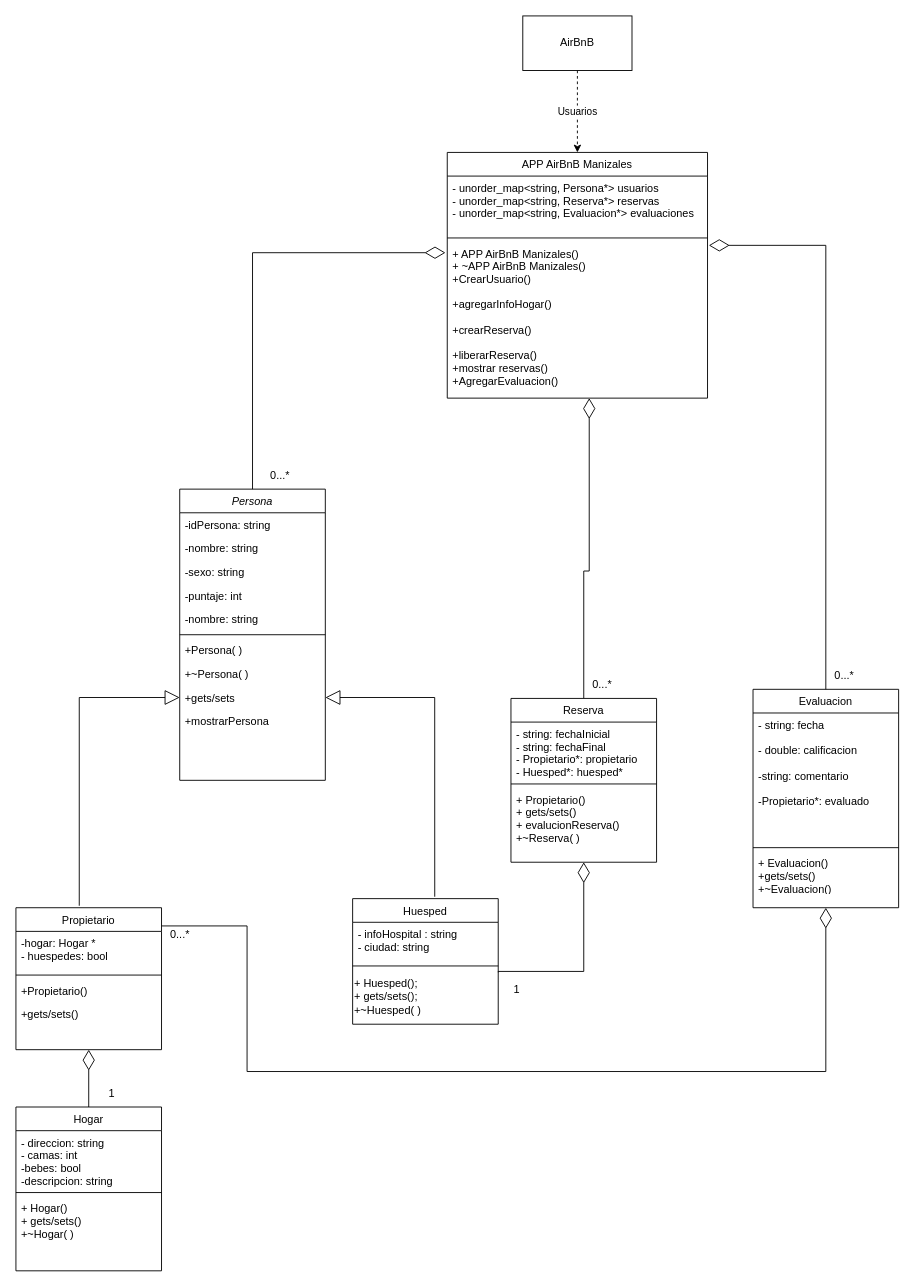
Sebastian-Dow/Caso-Huespedes keeps this draw.io diagram as Diagrama sin título.drawio. Above is the earlier version. Source tidied: cells renumbered, new cells numbered last; positions are measured from the earlier drawing's top-left corner, leaving out a move shared by most shapes. Both pictures are drawn from the tidied source at 91%, with x=0, y=0 at pixel (15, 15).
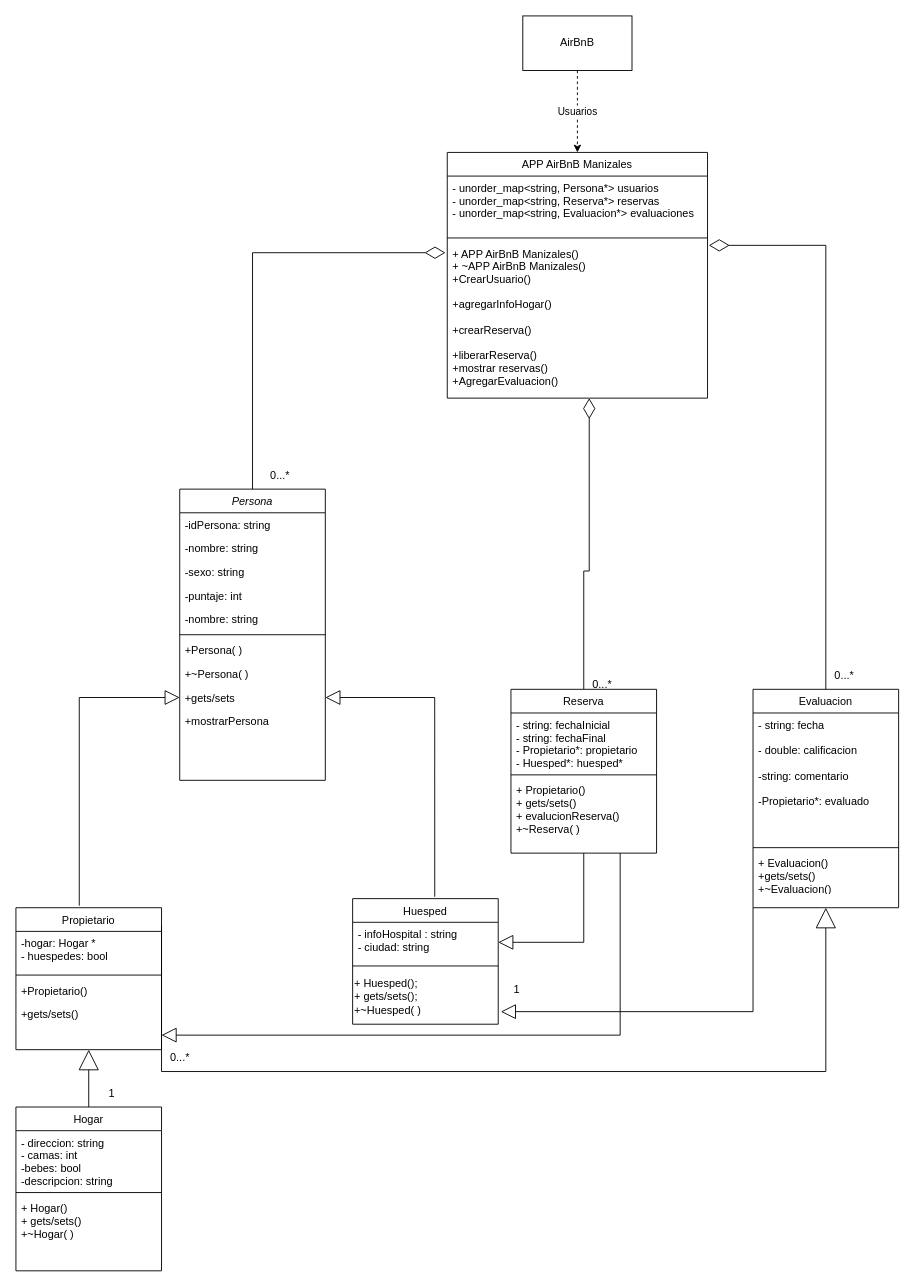
After the change.

Unchanged cells that the change refers to:
```xml
<mxCell id="14" value="Propietario" style="swimlane;fontStyle=0;align=center;verticalAlign=top;horizontal=1;startSize=26;rounded=0;shadow=0;strokeWidth=1;" parent="1" vertex="1">
  <mxGeometry y="980" width="160" height="156" as="geometry" />
</mxCell>
<mxCell id="21" value="- infoHospital : string&#10;- ciudad: string" style="text;align=left;verticalAlign=top;spacingLeft=4;spacingRight=4;overflow=hidden;points=[[0,0.5],[1,0.5]];portConstraint=eastwest;" parent="20" vertex="1">
  <mxGeometry y="26" width="160" height="44" as="geometry" />
</mxCell>
<mxCell id="23" value="+ Huesped();&lt;br&gt;+ gets/sets();&lt;br&gt;+~Huesped( )" style="text;html=1;align=left;verticalAlign=middle;points=[];strokeColor=none;fillColor=none;" parent="20" vertex="1">
  <mxGeometry y="78" width="160" height="60" as="geometry" />
</mxCell>
<mxCell id="29" value="Evaluacion" style="swimlane;fontStyle=0;align=center;verticalAlign=top;horizontal=1;startSize=26;rounded=0;shadow=0;strokeWidth=1;" parent="1" vertex="1">
  <mxGeometry x="810" y="740" width="160" height="240" as="geometry" />
</mxCell>
<mxCell id="33" value="Hogar" style="swimlane;fontStyle=0;align=center;verticalAlign=top;horizontal=1;startSize=26;rounded=0;shadow=0;strokeWidth=1;" parent="1" vertex="1">
  <mxGeometry y="1199" width="160" height="180" as="geometry" />
</mxCell>
```

Diff of the diagram source:
```diff
@@
+    <mxCell id="54" style="edgeStyle=orthogonalEdgeStyle;rounded=0;jettySize=auto;html=1;exitX=0.75;exitY=1;exitDx=0;exitDy=0;endArrow=block;endFill=0;endSize=14;" parent="1" edge="1" source="25">
+      <mxGeometry relative="1" as="geometry">
+        <mxPoint x="160" y="1120" as="targetPoint" />
+        <Array as="points">
+          <mxPoint x="664" y="1120" />
+        </Array>
+      </mxGeometry>
+    </mxCell>
+    <mxCell id="55" style="edgeStyle=orthogonalEdgeStyle;rounded=0;jettySize=auto;html=1;exitX=0.5;exitY=1;exitDx=0;exitDy=0;entryX=1;entryY=0.5;entryDx=0;entryDy=0;endArrow=block;endFill=0;endSize=14;" parent="1" edge="1" source="25" target="21">
+      <mxGeometry relative="1" as="geometry" />
+    </mxCell>
     <mxCell id="25" value="Reserva" style="swimlane;fontStyle=0;align=center;verticalAlign=top;horizontal=1;startSize=26;rounded=0;shadow=0;strokeWidth=1;" parent="1" vertex="1">
-      <mxGeometry x="544" y="750" width="160" height="180" as="geometry" />
+      <mxGeometry x="544" y="740" width="160" height="180" as="geometry" />
     </mxCell>
@@
+    <mxCell id="56" style="edgeStyle=orthogonalEdgeStyle;rounded=0;jettySize=auto;html=1;exitX=0;exitY=1;exitDx=0;exitDy=0;entryX=1.018;entryY=0.77;entryDx=0;entryDy=0;entryPerimeter=0;endArrow=block;endFill=0;endSize=14;" parent="1" edge="1" source="29" target="23">
+      <mxGeometry relative="1" as="geometry">
+        <Array as="points">
+          <mxPoint x="810" y="1094" />
+        </Array>
+      </mxGeometry>
+    </mxCell>
@@
-    <mxCell id="45" style="edgeStyle=orthogonalEdgeStyle;rounded=0;jettySize=auto;html=1;exitX=0.5;exitY=0;exitDx=0;exitDy=0;endArrow=diamondThin;endFill=0;endSize=20;entryX=0.5;entryY=1;entryDx=0;entryDy=0;" parent="1" edge="1" source="33" target="14">
+    <mxCell id="45" style="edgeStyle=orthogonalEdgeStyle;rounded=0;jettySize=auto;html=1;exitX=0.5;exitY=0;exitDx=0;exitDy=0;endArrow=block;endFill=0;endSize=20;entryX=0.5;entryY=1;entryDx=0;entryDy=0;" parent="1" edge="1" source="33" target="14">
       <mxGeometry relative="1" as="geometry" />
     </mxCell>
@@
-    <mxCell id="50" style="edgeStyle=orthogonalEdgeStyle;rounded=0;jettySize=auto;html=1;exitX=1;exitY=0.05;exitDx=0;exitDy=0;endArrow=diamondThin;endFill=0;endSize=20;exitPerimeter=0;entryX=0.5;entryY=1;entryDx=0;entryDy=0;" parent="1" edge="1" source="23" target="25">
-      <mxGeometry relative="1" as="geometry">
-        <Array as="points">
-          <mxPoint x="624" y="1050" />
-        </Array>
-      </mxGeometry>
-    </mxCell>
-    <mxCell id="51" style="edgeStyle=orthogonalEdgeStyle;rounded=0;jettySize=auto;html=1;exitX=1;exitY=0.05;exitDx=0;exitDy=0;endArrow=diamondThin;endFill=0;endSize=20;exitPerimeter=0;entryX=0.5;entryY=1;entryDx=0;entryDy=0;" parent="1" edge="1" target="29">
+    <mxCell id="51" style="edgeStyle=orthogonalEdgeStyle;rounded=0;jettySize=auto;html=1;exitX=1;exitY=0.05;exitDx=0;exitDy=0;endArrow=block;endFill=0;endSize=20;exitPerimeter=0;entryX=0.5;entryY=1;entryDx=0;entryDy=0;" parent="1" edge="1" target="29">
       <mxGeometry relative="1" as="geometry">
         <mxPoint x="160" y="1000" as="sourcePoint" />
         <Array as="points">
-          <mxPoint x="254" y="1000" />
-          <mxPoint x="254" y="1160" />
+          <mxPoint x="160" y="1160" />
           <mxPoint x="890" y="1160" />
         </Array>
       </mxGeometry>
     </mxCell>
@@
     <mxCell id="53" value="0...*" style="text;html=1;align=center;verticalAlign=middle;strokeColor=none;fillColor=none;" parent="1" vertex="1">
-      <mxGeometry x="160" y="995" width="40" height="30" as="geometry" />
+      <mxGeometry x="160" y="1130" width="40" height="30" as="geometry" />
     </mxCell>
```
